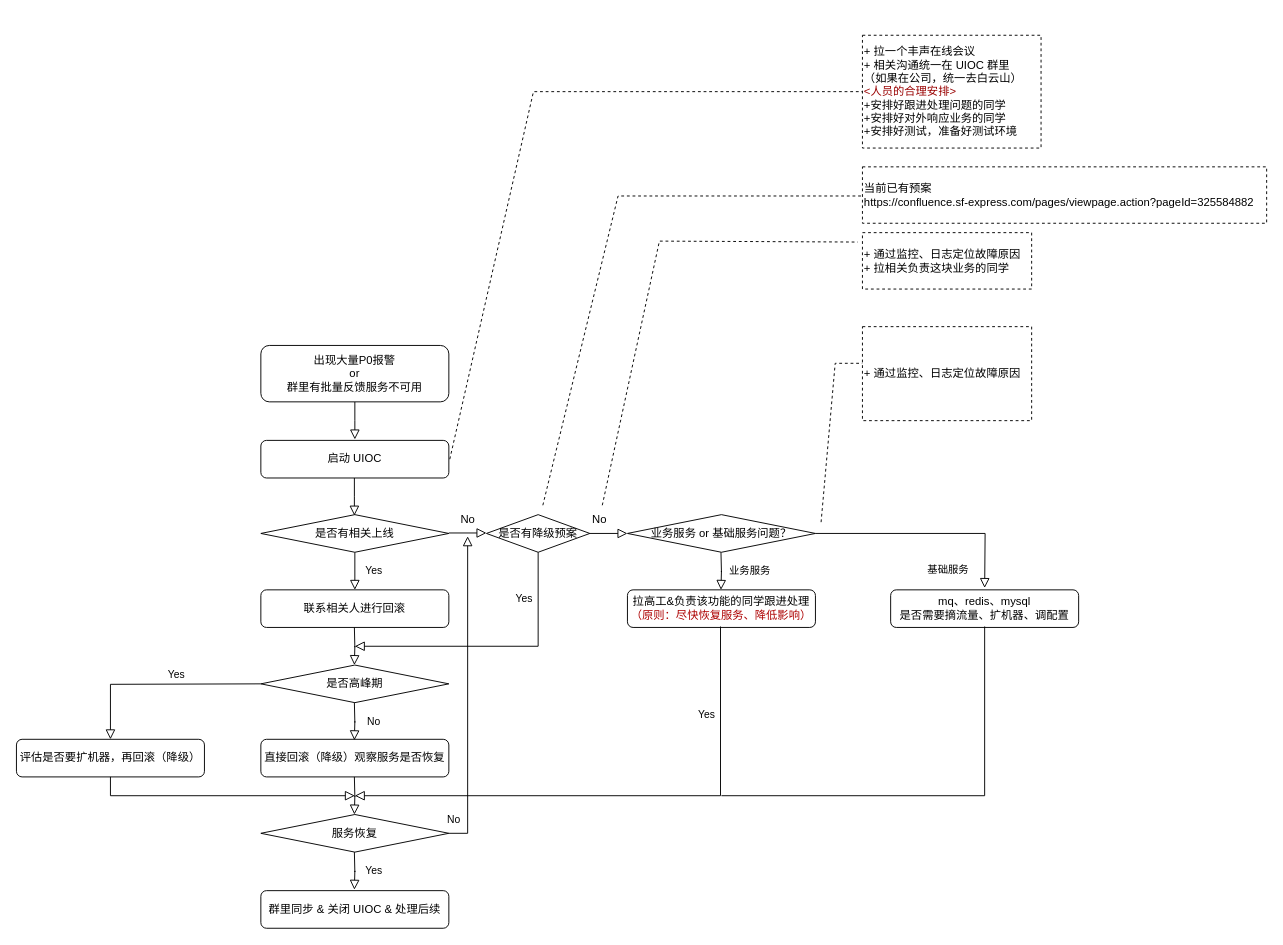
Above: 线上故障处理参考流程.drawio in jsdchenye/2017- (draw.io), before the change. Source tidied: cells renumbered, new cells numbered last; positions are measured from the earlier drawing's top-left corner, leaving out a move shared by most shapes. Both pictures are drawn from the tidied source at 94%, with x=0, y=0 at pixel (16, 35).
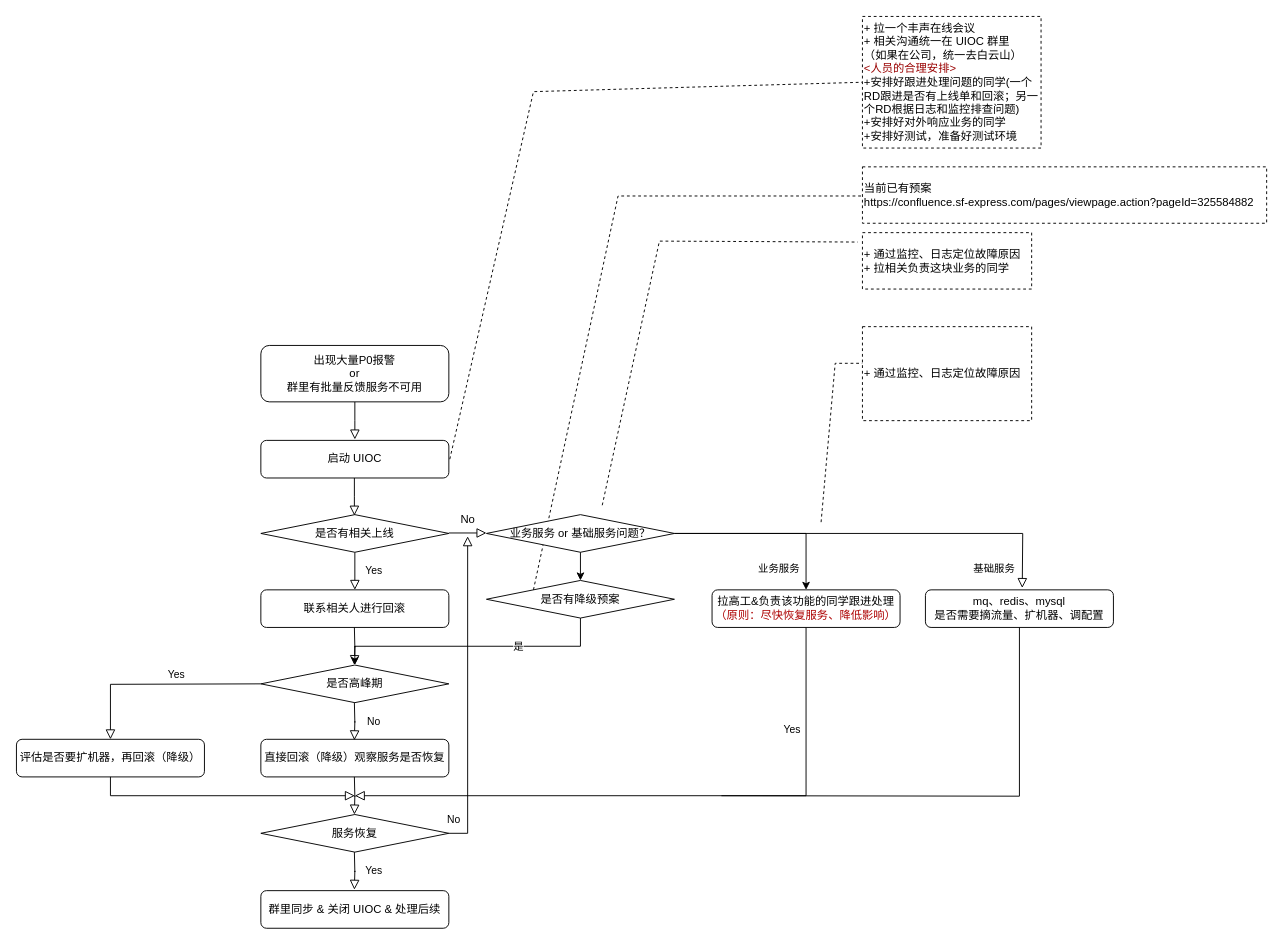
The same diagram, later.

Commit message:
更新线上故障处理参考流程.drawio

The edit, as a diff of the source:
```diff
@@
-    <mxCell id="8" value="+ 拉一个丰声在线会议&lt;br&gt;+ 相关沟通统一在 UIOC 群里&lt;br&gt;（如果在公司，统一去白云山）&lt;br&gt;&lt;font style=&quot;border-color: var(--border-color);&quot; color=&quot;#990000&quot;&gt;&amp;lt;人员的合理安排&amp;gt;&lt;/font&gt;&lt;br style=&quot;border-color: var(--border-color);&quot;&gt;+安排好跟进处理问题的同学&lt;br style=&quot;border-color: var(--border-color);&quot;&gt;+安排好对外响应业务的同学&lt;br style=&quot;border-color: var(--border-color);&quot;&gt;+安排好测试，准备好测试环境" style="rounded=0;whiteSpace=wrap;html=1;align=left;dashed=1;" parent="1" vertex="1">
-      <mxGeometry x="900" width="190" height="120" as="geometry" />
+    <mxCell id="8" value="+ 拉一个丰声在线会议&lt;br&gt;+ 相关沟通统一在 UIOC 群里&lt;br&gt;（如果在公司，统一去白云山）&lt;br&gt;&lt;font style=&quot;border-color: var(--border-color);&quot; color=&quot;#990000&quot;&gt;&amp;lt;人员的合理安排&amp;gt;&lt;/font&gt;&lt;br style=&quot;border-color: var(--border-color);&quot;&gt;+安排好跟进处理问题的同学(一个RD跟进是否有上线单和回滚；另一个RD根据日志和监控排查问题)&lt;br style=&quot;border-color: var(--border-color);&quot;&gt;+安排好对外响应业务的同学&lt;br style=&quot;border-color: var(--border-color);&quot;&gt;+安排好测试，准备好测试环境" style="rounded=0;whiteSpace=wrap;html=1;align=left;dashed=1;" parent="1" vertex="1">
+      <mxGeometry x="900" y="-20" width="190" height="140" as="geometry" />
     </mxCell>
@@
-    <mxCell id="24" value="是否有降级预案" style="rhombus;whiteSpace=wrap;html=1;" parent="1" vertex="1">
-      <mxGeometry x="500" y="510" width="110" height="40" as="geometry" />
-    </mxCell>
-    <mxCell id="25" value="Yes" style="edgeStyle=orthogonalEdgeStyle;rounded=0;html=1;jettySize=auto;fontSize=11;endArrow=block;endFill=0;endSize=8;strokeWidth=1;shadow=0;labelBackgroundColor=none;exitX=0.5;exitY=1;exitDx=0;exitDy=0;" parent="1" edge="1" source="24">
-      <mxGeometry x="-0.67" y="-15" relative="1" as="geometry">
-        <mxPoint x="360" y="650" as="targetPoint" />
-        <Array as="points">
-          <mxPoint x="555" y="650" />
-        </Array>
-      </mxGeometry>
-    </mxCell>
-    <mxCell id="26" value="No" style="text;html=1;align=center;verticalAlign=middle;points=[];strokeColor=none;fillColor=none;" parent="1" vertex="1">
-      <mxGeometry x="600" y="500" width="40" height="30" as="geometry" />
-    </mxCell>
-    <mxCell id="27" style="rounded=0;html=1;jettySize=auto;orthogonalLoop=1;fontSize=11;endArrow=block;endFill=0;endSize=8;strokeWidth=1;shadow=0;labelBackgroundColor=none;edgeStyle=orthogonalEdgeStyle;" parent="1" edge="1">
-      <mxGeometry y="20" relative="1" as="geometry">
-        <mxPoint x="610" y="530" as="sourcePoint" />
-        <mxPoint x="650" y="530" as="targetPoint" />
-        <Array as="points">
-          <mxPoint x="650" y="530" />
-        </Array>
-      </mxGeometry>
-    </mxCell>
-    <mxCell id="28" value="业务服务 or 基础服务问题？" style="rhombus;whiteSpace=wrap;html=1;" parent="1" vertex="1">
-      <mxGeometry x="650" y="510" width="200" height="40" as="geometry" />
-    </mxCell>
-    <mxCell id="29" style="endArrow=none;dashed=1;html=1;rounded=0;" parent="1" edge="1" source="26">
+    <mxCell id="29" style="endArrow=none;dashed=1;html=1;rounded=0;" parent="1" edge="1">
       <mxGeometry relative="1" as="geometry">
+        <mxPoint x="623.2" y="500" as="sourcePoint" />
         <mxPoint x="895" y="220" as="targetPoint" />
         <Array as="points">
           <mxPoint x="684" y="219" />
         </Array>
       </mxGeometry>
     </mxCell>
@@
     <mxCell id="31" value="拉高工&amp;amp;负责该功能的同学跟进处理&lt;br&gt;&lt;font color=&quot;#ad0000&quot;&gt;（原则：尽快恢复服务、降低影响）&lt;/font&gt;" style="rounded=1;whiteSpace=wrap;html=1;fontSize=12;glass=0;strokeWidth=1;shadow=0;" parent="1" vertex="1">
-      <mxGeometry x="650" y="590" width="200" height="40" as="geometry" />
+      <mxGeometry x="740" y="590" width="200" height="40" as="geometry" />
     </mxCell>
-    <mxCell id="32" value="业务服务" style="edgeStyle=orthogonalEdgeStyle;rounded=0;html=1;jettySize=auto;orthogonalLoop=1;fontSize=11;endArrow=block;endFill=0;endSize=8;strokeWidth=1;shadow=0;labelBackgroundColor=none;exitX=0.5;exitY=1;exitDx=0;exitDy=0;" parent="1" edge="1">
-      <mxGeometry x="0.05" y="30" relative="1" as="geometry">
-        <mxPoint x="749.5" y="550" as="sourcePoint" />
-        <mxPoint x="749.5" y="590" as="targetPoint" />
-        <mxPoint y="-1" as="offset" />
-      </mxGeometry>
-    </mxCell>
-    <mxCell id="33" value="Yes" style="edgeStyle=orthogonalEdgeStyle;rounded=0;html=1;jettySize=auto;orthogonalLoop=1;fontSize=11;endArrow=block;endFill=0;endSize=8;strokeWidth=1;shadow=0;labelBackgroundColor=none;exitX=0.5;exitY=1;exitDx=0;exitDy=0;" parent="1" edge="1">
+    <mxCell id="33" value="Yes" style="edgeStyle=orthogonalEdgeStyle;rounded=0;html=1;jettySize=auto;fontSize=11;endArrow=block;endFill=0;endSize=8;strokeWidth=1;shadow=0;labelBackgroundColor=none;exitX=0.5;exitY=1;exitDx=0;exitDy=0;" parent="1" edge="1" source="31">
       <mxGeometry x="-0.67" y="-15" relative="1" as="geometry">
-        <mxPoint x="749" y="629" as="sourcePoint" />
         <mxPoint x="360" y="809" as="targetPoint" />
         <Array as="points">
-          <mxPoint x="749" y="809" />
+          <mxPoint x="840" y="809" />
         </Array>
       </mxGeometry>
     </mxCell>
@@
-    <mxCell id="35" value="基础服务" style="edgeStyle=orthogonalEdgeStyle;rounded=0;html=1;jettySize=auto;fontSize=11;endArrow=block;endFill=0;endSize=8;strokeWidth=1;shadow=0;labelBackgroundColor=none;entryX=0.5;entryY=0;entryDx=0;entryDy=0;exitX=1;exitY=0.5;exitDx=0;exitDy=0;" parent="1" edge="1" source="28">
-      <mxGeometry x="0.18" y="-39" relative="1" as="geometry">
-        <mxPoint x="1030" y="588" as="targetPoint" />
+    <mxCell id="35" value="基础服务" style="edgeStyle=orthogonalEdgeStyle;rounded=0;html=1;jettySize=auto;fontSize=11;endArrow=block;endFill=0;endSize=8;strokeWidth=1;shadow=0;labelBackgroundColor=none;exitX=1;exitY=0.5;exitDx=0;exitDy=0;" parent="1" edge="1" source="28">
+      <mxGeometry x="0.91" y="-30" relative="1" as="geometry">
+        <mxPoint x="1070" y="588" as="targetPoint" />
       </mxGeometry>
     </mxCell>
     <mxCell id="36" value="mq、redis、mysql&lt;br&gt;是否需要摘流量、扩机器、调配置" style="rounded=1;whiteSpace=wrap;html=1;fontSize=12;glass=0;strokeWidth=1;shadow=0;" parent="1" vertex="1">
-      <mxGeometry x="930" y="590" width="200" height="40" as="geometry" />
+      <mxGeometry x="967" y="590" width="200" height="40" as="geometry" />
     </mxCell>
-    <mxCell id="37" style="endArrow=none;html=1;rounded=0;" parent="1" edge="1">
+    <mxCell id="37" style="endArrow=none;html=1;rounded=0;entryX=0.5;entryY=1;entryDx=0;entryDy=0;edgeStyle=orthogonalEdgeStyle;" parent="1" edge="1" target="36">
       <mxGeometry relative="1" as="geometry">
         <mxPoint x="750" y="809" as="sourcePoint" />
-        <mxPoint x="1030" y="629" as="targetPoint" />
-        <Array as="points">
-          <mxPoint x="1030" y="809" />
-        </Array>
       </mxGeometry>
     </mxCell>
@@
-    <mxCell id="41" style="endArrow=none;dashed=1;html=1;rounded=0;" parent="1" edge="1">
+    <mxCell id="41" style="endArrow=none;dashed=1;html=1;rounded=0;exitX=0;exitY=0;exitDx=0;exitDy=0;" parent="1" edge="1" source="24">
       <mxGeometry relative="1" as="geometry">
-        <mxPoint x="560" y="500" as="sourcePoint" />
         <mxPoint x="900" y="171" as="targetPoint" />
         <Array as="points">
           <mxPoint x="640" y="171" />
           <mxPoint x="784" y="171" />
         </Array>
       </mxGeometry>
     </mxCell>
+    <mxCell id="42" style="endArrow=classic;html=1;rounded=0;exitX=1;exitY=0.5;exitDx=0;exitDy=0;entryX=0.5;entryY=0;entryDx=0;entryDy=0;edgeStyle=orthogonalEdgeStyle;" parent="1" edge="1" source="28" target="31">
+      <mxGeometry relative="1" as="geometry" />
+    </mxCell>
+    <mxCell id="32" value="业务服务" style="edgeLabel;html=1;align=center;verticalAlign=middle;" parent="42" vertex="1">
+      <mxGeometry x="0.71" y="-1" relative="1" as="geometry">
+        <mxPoint x="-29" y="5" as="offset" />
+      </mxGeometry>
+    </mxCell>
+    <mxCell id="28" value="业务服务 or 基础服务问题？" style="rhombus;whiteSpace=wrap;html=1;" parent="1" vertex="1">
+      <mxGeometry x="500" y="510" width="200" height="40" as="geometry" />
+    </mxCell>
+    <mxCell id="24" value="是否有降级预案" style="rhombus;whiteSpace=wrap;html=1;" parent="1" vertex="1">
+      <mxGeometry x="500" y="580" width="200" height="40" as="geometry" />
+    </mxCell>
+    <mxCell id="43" style="endArrow=classic;html=1;rounded=0;exitX=0.5;exitY=1;exitDx=0;exitDy=0;" parent="1" edge="1" source="28" target="24">
+      <mxGeometry relative="1" as="geometry" />
+    </mxCell>
+    <mxCell id="44" style="endArrow=classic;html=1;rounded=0;exitX=0.5;exitY=1;exitDx=0;exitDy=0;edgeStyle=orthogonalEdgeStyle;" parent="1" edge="1" source="24">
+      <mxGeometry relative="1" as="geometry">
+        <mxPoint x="360" y="670" as="targetPoint" />
+        <Array as="points">
+          <mxPoint x="600" y="650" />
+          <mxPoint x="360" y="650" />
+        </Array>
+      </mxGeometry>
+    </mxCell>
+    <mxCell id="45" value="是" style="edgeLabel;html=1;align=center;verticalAlign=middle;" parent="44" vertex="1">
+      <mxGeometry x="-0.33" y="-1" relative="1" as="geometry" />
+    </mxCell>
```
